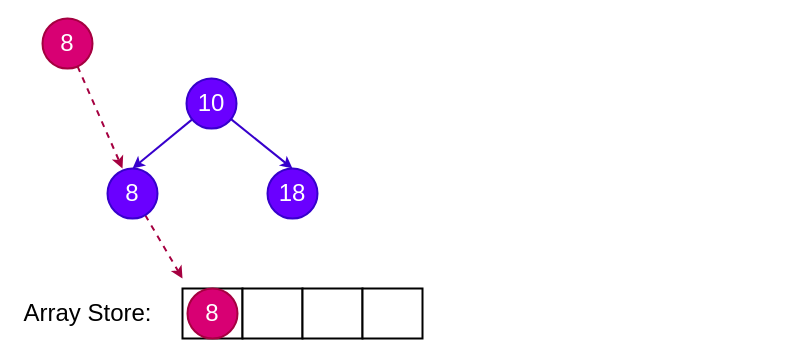
The draw.io diagram bst-store.drawio in auula/draw.io, before the edit. Source tidied: cells renumbered, new cells numbered last; positions are measured from the earlier drawing's top-left corner, leaving out a move shared by most shapes. Both pictures are drawn from the tidied source at 100%, with x=0, y=0 at pixel (17, 18).
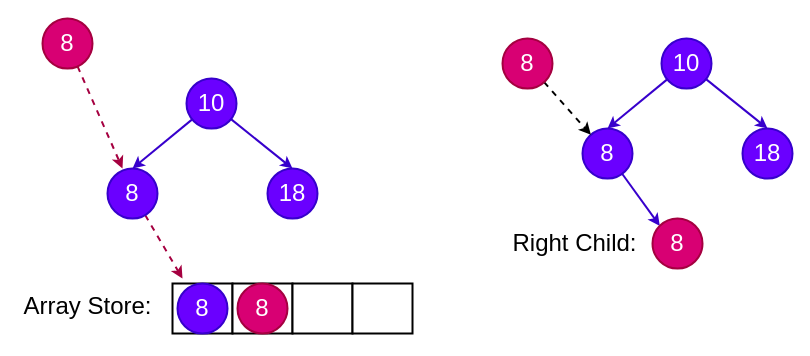
Above is the later version.

What changed in the source:
```diff
@@
     <mxCell id="10" value="Array Store:" style="text;html=1;align=center;verticalAlign=middle;strokeColor=none;fillColor=none;fontSize=24;" parent="1" vertex="1">
-      <mxGeometry y="280" width="140" height="30" as="geometry" />
+      <mxGeometry y="273" width="140" height="30" as="geometry" />
     </mxCell>
     <mxCell id="11" style="group;" parent="1" vertex="1">
-      <mxGeometry x="165" y="270" width="240" height="50" as="geometry" />
+      <mxGeometry x="155" y="265" width="240" height="50" as="geometry" />
     </mxCell>
@@
     <mxCell id="16" value="&lt;span style=&quot;font-size: 24px;&quot;&gt;8&lt;/span&gt;" style="ellipse;whiteSpace=wrap;html=1;fillColor=#d80073;fontColor=#ffffff;strokeColor=#A50040;strokeWidth=2;" parent="11" vertex="1">
-      <mxGeometry x="5" width="50" height="50" as="geometry" />
+      <mxGeometry x="65" width="50" height="50" as="geometry" />
     </mxCell>
+    <mxCell id="17" value="&lt;span style=&quot;font-size: 24px;&quot;&gt;8&lt;/span&gt;" style="ellipse;whiteSpace=wrap;html=1;fillColor=#6a00ff;fontColor=#ffffff;strokeColor=#3700CC;strokeWidth=2;" parent="11" vertex="1">
+      <mxGeometry x="5" width="50" height="50" as="geometry" />
+    </mxCell>
+    <mxCell id="18" style="rounded=0;jettySize=auto;html=1;entryX=0.5;entryY=0;entryDx=0;entryDy=0;fontSize=24;fillColor=#6a00ff;strokeColor=#3700CC;strokeWidth=2;" parent="1" edge="1" source="20" target="22">
+      <mxGeometry relative="1" as="geometry" />
+    </mxCell>
+    <mxCell id="19" style="rounded=0;jettySize=auto;html=1;entryX=0.5;entryY=0;entryDx=0;entryDy=0;fontSize=24;fillColor=#6a00ff;strokeColor=#3700CC;strokeWidth=2;" parent="1" edge="1" source="20" target="23">
+      <mxGeometry relative="1" as="geometry" />
+    </mxCell>
+    <mxCell id="20" value="&lt;font style=&quot;font-size: 24px;&quot;&gt;10&lt;/font&gt;" style="ellipse;whiteSpace=wrap;html=1;fillColor=#6a00ff;fontColor=#ffffff;strokeColor=#3700CC;strokeWidth=2;" parent="1" vertex="1">
+      <mxGeometry x="644" y="20" width="50" height="50" as="geometry" />
+    </mxCell>
+    <mxCell id="21" style="edgeStyle=none;rounded=0;jettySize=auto;html=1;entryX=0;entryY=0;entryDx=0;entryDy=0;fontSize=24;strokeWidth=2;fillColor=#6a00ff;strokeColor=#3700CC;" parent="1" edge="1" source="22" target="24">
+      <mxGeometry relative="1" as="geometry" />
+    </mxCell>
+    <mxCell id="22" value="&lt;span style=&quot;font-size: 24px;&quot;&gt;8&lt;/span&gt;" style="ellipse;whiteSpace=wrap;html=1;fillColor=#6a00ff;fontColor=#ffffff;strokeColor=#3700CC;strokeWidth=2;" parent="1" vertex="1">
+      <mxGeometry x="565" y="110" width="50" height="50" as="geometry" />
+    </mxCell>
+    <mxCell id="23" value="&lt;font style=&quot;font-size: 24px;&quot;&gt;18&lt;/font&gt;" style="ellipse;whiteSpace=wrap;html=1;fillColor=#6a00ff;fontColor=#ffffff;strokeColor=#3700CC;strokeWidth=2;" parent="1" vertex="1">
+      <mxGeometry x="725" y="110" width="50" height="50" as="geometry" />
+    </mxCell>
+    <mxCell id="24" value="&lt;span style=&quot;font-size: 24px;&quot;&gt;8&lt;/span&gt;" style="ellipse;whiteSpace=wrap;html=1;fillColor=#d80073;fontColor=#ffffff;strokeColor=#A50040;strokeWidth=2;" parent="1" vertex="1">
+      <mxGeometry x="635" y="200" width="50" height="50" as="geometry" />
+    </mxCell>
+    <mxCell id="25" style="edgeStyle=none;rounded=0;jettySize=auto;html=1;dashed=1;fontSize=24;strokeWidth=2;" parent="1" edge="1" source="26" target="22">
+      <mxGeometry relative="1" as="geometry" />
+    </mxCell>
+    <mxCell id="26" value="&lt;span style=&quot;font-size: 24px;&quot;&gt;8&lt;/span&gt;" style="ellipse;whiteSpace=wrap;html=1;fillColor=#d80073;fontColor=#ffffff;strokeColor=#A50040;strokeWidth=2;" parent="1" vertex="1">
+      <mxGeometry x="485" y="20" width="50" height="50" as="geometry" />
+    </mxCell>
+    <mxCell id="27" value="Right Child:" style="text;html=1;align=center;verticalAlign=middle;strokeColor=none;fillColor=none;fontSize=24;" parent="1" vertex="1">
+      <mxGeometry x="487" y="210" width="140" height="30" as="geometry" />
+    </mxCell>
```
